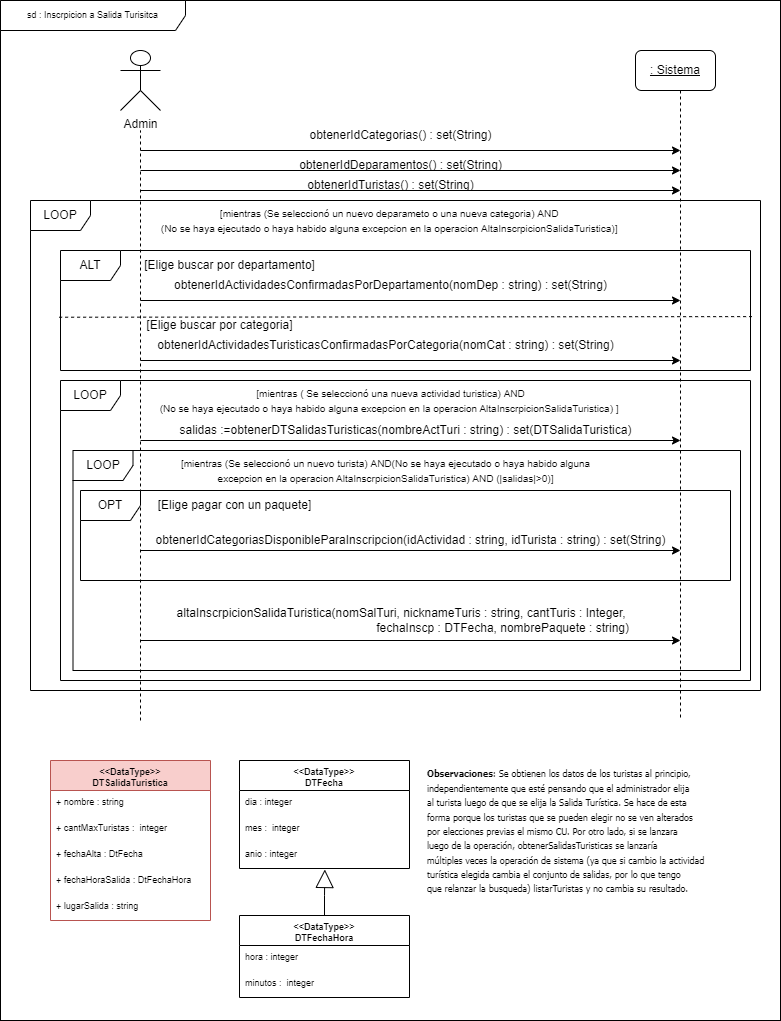
This is docs/Iteración 2/Análisis/DSS Servidor web/Inscripción a Salida Turística.png from FacundoDiaz00/Taller-de-Programaci-n, a draw.io export, as it was before one commit. Source tidied: cells renumbered, new cells last; positions are measured from the earlier drawing's top-left corner, leaving out a move shared by most shapes.
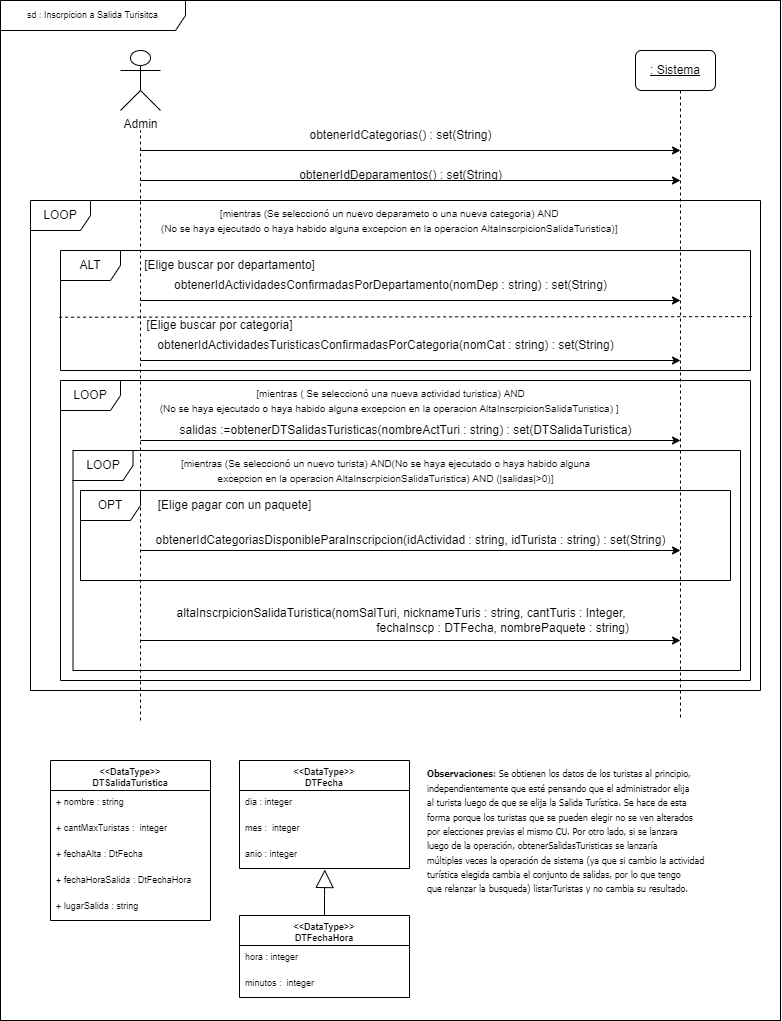
Later version of the same file.

Commit message:
correción inscripción a salida turística (tengo permiso de dani)

The edit, as a diff of the source:
```diff
@@ -42,12 +42,12 @@
     </mxCell>
     <mxCell id="12" style="endArrow=classic;html=1;rounded=0;" parent="1" edge="1">
       <mxGeometry relative="1" as="geometry">
-        <mxPoint x="140" y="170" as="sourcePoint" />
-        <mxPoint x="680" y="170" as="targetPoint" />
+        <mxPoint x="140" y="180" as="sourcePoint" />
+        <mxPoint x="680" y="180" as="targetPoint" />
       </mxGeometry>
     </mxCell>
     <mxCell id="13" value="obtenerIdDeparamentos() : set(String)" style="text;html=1;align=center;verticalAlign=middle;strokeColor=none;fillColor=none;" parent="1" vertex="1">
-      <mxGeometry x="285" y="150" width="230" height="30" as="geometry" />
+      <mxGeometry x="285" y="160" width="230" height="30" as="geometry" />
     </mxCell>
     <mxCell id="14" value="salidas :=obtenerDTSalidasTuristicas(nombreActTuri : string) : set(DTSalidaTuristica)" style="text;html=1;align=center;verticalAlign=middle;strokeColor=none;fillColor=none;" parent="1" vertex="1">
       <mxGeometry x="170" y="420" width="470" height="20" as="geometry" />
@@ -58,18 +58,9 @@
         <mxPoint x="680" y="440" as="targetPoint" />
       </mxGeometry>
     </mxCell>
-    <mxCell id="16" value="obtenerIdTuristas() : set(String)" style="text;html=1;align=center;verticalAlign=middle;strokeColor=none;fillColor=none;" parent="1" vertex="1">
-      <mxGeometry x="295" y="170" width="190" height="30" as="geometry" />
-    </mxCell>
     <mxCell id="17" value="&lt;font style=&quot;font-size: 10px;&quot;&gt;[mientras (Se seleccionó un nuevo deparameto o una nueva categoria) AND &lt;br&gt;(No se haya ejecutado o haya habido alguna excepcion en la operacion AltaInscrpicionSalidaTuristica)]&amp;nbsp;&lt;/font&gt;" style="text;html=1;align=center;verticalAlign=middle;strokeColor=none;fillColor=none;" parent="1" vertex="1">
       <mxGeometry x="150" y="200" width="480" height="40" as="geometry" />
     </mxCell>
-    <mxCell id="18" style="endArrow=classic;html=1;rounded=0;" parent="1" edge="1">
-      <mxGeometry relative="1" as="geometry">
-        <mxPoint x="140" y="190" as="sourcePoint" />
-        <mxPoint x="680" y="190" as="targetPoint" />
-      </mxGeometry>
-    </mxCell>
     <mxCell id="19" value="&lt;span style=&quot;font-size: 10px;&quot;&gt;[mientras ( Se seleccionó una nueva actividad turistica) AND&lt;/span&gt;&lt;br style=&quot;font-size: 10px;&quot;&gt;&lt;span style=&quot;font-size: 10px;&quot;&gt;(&lt;/span&gt;&lt;span style=&quot;font-size: 10px;&quot;&gt;No se haya ejecutado o haya habido alguna excepcion en la operacion&lt;/span&gt;&lt;span style=&quot;font-size: 10px;&quot;&gt;&amp;nbsp;AltaInscrpicionSalidaTuristica)&amp;nbsp;&lt;/span&gt;&lt;span style=&quot;font-size: 10px;&quot;&gt;]&amp;nbsp;&lt;/span&gt;" style="text;html=1;align=center;verticalAlign=middle;strokeColor=none;fillColor=none;" parent="1" vertex="1">
       <mxGeometry x="145" y="380" width="490" height="40" as="geometry" />
     </mxCell>
@@ -79,7 +70,7 @@
     <mxCell id="21" value="&lt;font style=&quot;font-size: 12px;&quot;&gt;altaInscrpicionSalidaTuristica(nomSalTuri, nicknameTuris : string, cantTuris : Integer, &lt;br&gt;fechaInscp : DTFecha, nombrePaquete : string)&lt;/font&gt;" style="text;html=1;align=right;verticalAlign=middle;strokeColor=none;fillColor=none;fontSize=10;" parent="1" vertex="1">
       <mxGeometry x="160" y="600" width="470" height="40" as="geometry" />
     </mxCell>
-    <mxCell id="22" value="&lt;&lt;DataType&gt;&gt;&#10;DTSalidaTuristica&#10;&#10;" style="swimlane;fontStyle=1;align=center;verticalAlign=top;horizontal=1;startSize=30;fontSize=9;fillColor=#f8cecc;strokeColor=#b85450;" parent="1" vertex="1">
+    <mxCell id="22" value="&lt;&lt;DataType&gt;&gt;&#10;DTSalidaTuristica&#10;&#10;" style="swimlane;fontStyle=1;align=center;verticalAlign=top;horizontal=1;startSize=30;fontSize=9;" parent="1" vertex="1">
       <mxGeometry x="50" y="760" width="160" height="160" as="geometry" />
     </mxCell>
     <mxCell id="23" value="+ nombre : string" style="text;strokeColor=none;fillColor=none;align=left;verticalAlign=top;spacingLeft=4;spacingRight=4;overflow=hidden;fontSize=9;" parent="22" vertex="1">
```
